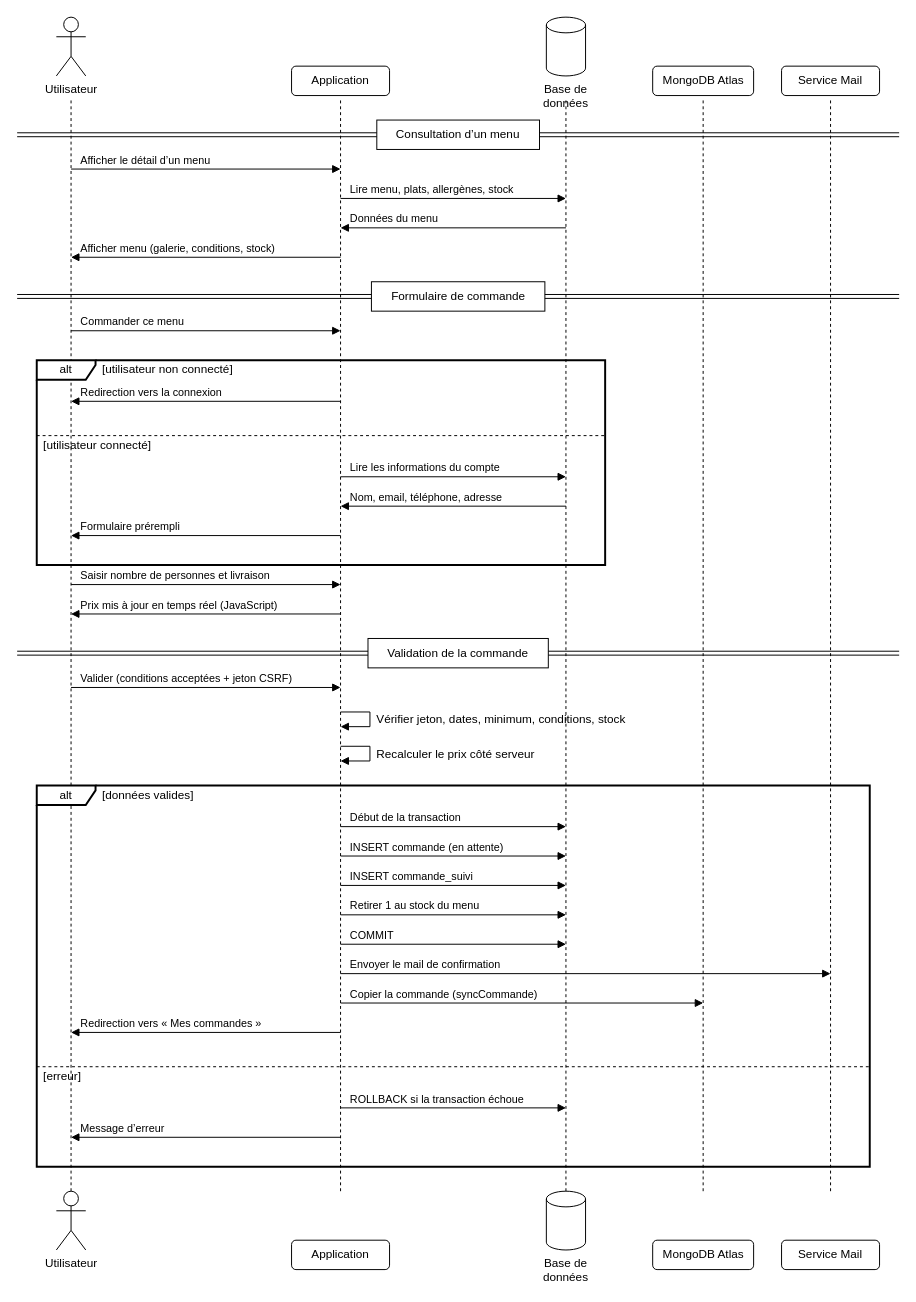
Mathieupalle/vite-gourmand keeps this draw.io diagram as Documentation technique/Diagramme de séquence - commande.drawio. Above is the earlier version. Source tidied: cells renumbered, new cells numbered last; positions are measured from the earlier drawing's top-left corner, leaving out a move shared by most shapes. Both pictures are drawn from the tidied source at 98%, with x=0, y=0 at pixel (17, 17).
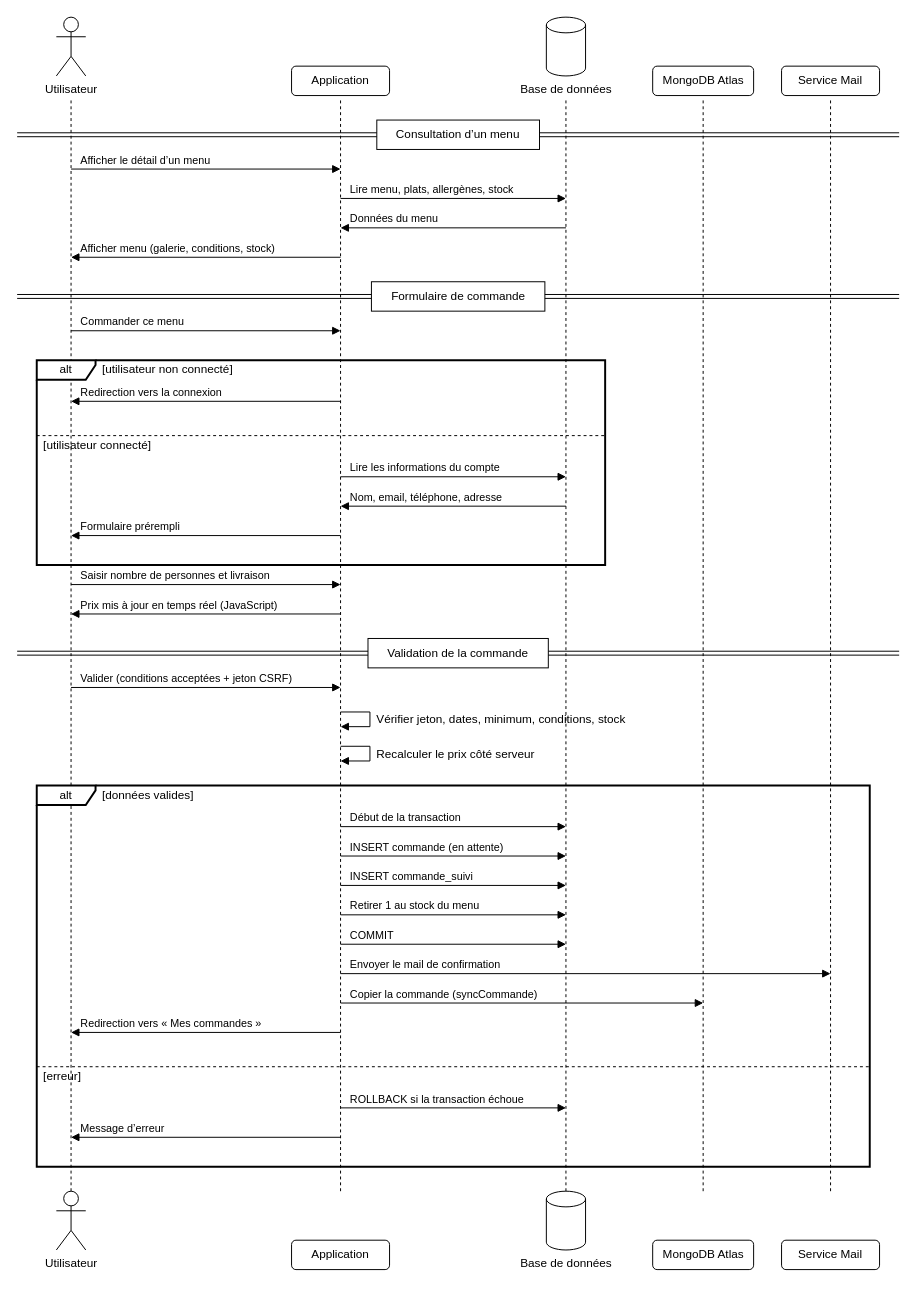
Above is the later version.

Commit message (it also covers changes not shown here):
Diagrammes : MCD (associations passe et concerne), cas d'utilisation et séquence mis à jour

What changed in the source:
```diff
@@
-    <mxCell id="9" value="Base de données" style="shape=cylinder3;whiteSpace=wrap;html=1;boundedLbl=1;backgroundOutline=1;size=8;verticalLabelPosition=bottom;verticalAlign=top;" parent="1" vertex="1">
+    <mxCell id="9" value="Base de données" style="shape=cylinder3;html=1;boundedLbl=1;backgroundOutline=1;size=8;verticalLabelPosition=bottom;verticalAlign=top;" parent="1" vertex="1">
       <mxGeometry x="540" width="40" height="60" as="geometry" />
     </mxCell>
@@
-    <mxCell id="14" value="Base de données" style="shape=cylinder3;whiteSpace=wrap;html=1;boundedLbl=1;backgroundOutline=1;size=8;verticalLabelPosition=bottom;verticalAlign=top;" parent="1" vertex="1">
+    <mxCell id="14" value="Base de données" style="shape=cylinder3;html=1;boundedLbl=1;backgroundOutline=1;size=8;verticalLabelPosition=bottom;verticalAlign=top;" parent="1" vertex="1">
       <mxGeometry x="540" y="1198" width="40" height="60" as="geometry" />
     </mxCell>
```
